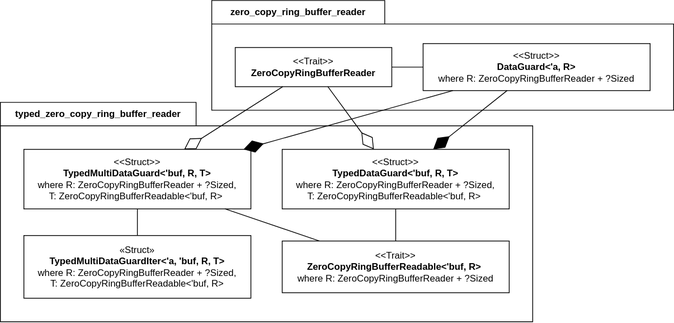
This is docs/assets/overview_diagram.svg from Tikitikitikidesuka/ibverbs-rs, a draw.io export, as it was before one commit. Source tidied: cells renumbered, new cells last; positions are measured from the earlier drawing's top-left corner, leaving out a move shared by most shapes. Its diagram source:
```xml
<mxGraphModel>
  <root>
    <mxCell id="0" />
    <mxCell id="1" parent="0" />
    <mxCell id="2" value="zero_copy_ring_buffer_reader" style="shape=folder;fontStyle=1;tabWidth=221;tabHeight=30;tabPosition=left;html=1;boundedLbl=1;labelInHeader=1;whiteSpace=wrap;" parent="1" vertex="1">
      <mxGeometry x="270" width="590" height="140" as="geometry" />
    </mxCell>
    <mxCell id="3" style="endArrow=none;html=1;rounded=0;" parent="2" edge="1" source="4" target="5">
      <mxGeometry relative="1" as="geometry" />
    </mxCell>
    <mxCell id="4" value="&amp;lt;&amp;lt;Trait&amp;gt;&amp;gt;&lt;br style=&quot;border-color: var(--border-color);&quot;&gt;&lt;b style=&quot;border-color: var(--border-color);&quot;&gt;ZeroCopyRingBufferReader&lt;/b&gt;" style="html=1;whiteSpace=wrap;" parent="2" vertex="1">
      <mxGeometry x="30" y="60" width="200" height="50" as="geometry" />
    </mxCell>
    <mxCell id="5" value="&amp;lt;&amp;lt;Struct&amp;gt;&amp;gt;&lt;br style=&quot;border-color: var(--border-color);&quot;&gt;&lt;b style=&quot;border-color: var(--border-color);&quot;&gt;DataGuard&amp;lt;'a, R&amp;gt;&lt;/b&gt;&lt;br style=&quot;border-color: var(--border-color);&quot;&gt;where R: ZeroCopyRingBufferReader + ?Sized" style="html=1;whiteSpace=wrap;" parent="2" vertex="1">
      <mxGeometry x="270" y="55" width="290" height="60" as="geometry" />
    </mxCell>
    <mxCell id="6" value="typed_zero_copy_ring_buffer_reader" style="shape=folder;fontStyle=1;tabWidth=250;tabHeight=30;tabPosition=left;html=1;boundedLbl=1;labelInHeader=1;whiteSpace=wrap;" parent="1" vertex="1">
      <mxGeometry y="130" width="680" height="280" as="geometry" />
    </mxCell>
    <mxCell id="7" style="endArrow=none;html=1;rounded=0;" parent="6" edge="1" source="12" target="11">
      <mxGeometry relative="1" as="geometry" />
    </mxCell>
    <mxCell id="8" value="&amp;lt;&amp;lt;Struct&amp;gt;&amp;gt;&lt;br style=&quot;border-color: var(--border-color);&quot;&gt;&lt;b style=&quot;border-color: var(--border-color);&quot;&gt;TypedMultiDataGuard&amp;lt;'buf, R, T&amp;gt;&lt;/b&gt;&lt;br style=&quot;border-color: var(--border-color);&quot;&gt;where R: ZeroCopyRingBufferReader + ?Sized,&lt;br style=&quot;border-color: var(--border-color);&quot;&gt;T: ZeroCopyRingBufferReadable&amp;lt;'buf, R&amp;gt;&amp;nbsp;" style="html=1;whiteSpace=wrap;" parent="6" vertex="1">
      <mxGeometry x="30" y="60" width="290" height="76" as="geometry" />
    </mxCell>
    <mxCell id="9" style="endArrow=none;html=1;rounded=0;" parent="6" edge="1" source="8" target="12">
      <mxGeometry relative="1" as="geometry" />
    </mxCell>
    <mxCell id="10" style="endArrow=none;html=1;rounded=0;" parent="6" edge="1" source="13" target="8">
      <mxGeometry relative="1" as="geometry" />
    </mxCell>
    <mxCell id="11" value="&amp;lt;&amp;lt;Struct&amp;gt;&amp;gt;&lt;br style=&quot;border-color: var(--border-color);&quot;&gt;&lt;b style=&quot;border-color: var(--border-color);&quot;&gt;TypedDataGuard&amp;lt;'buf, R, T&amp;gt;&lt;/b&gt;&lt;br style=&quot;border-color: var(--border-color);&quot;&gt;where R: ZeroCopyRingBufferReader + ?Sized,&lt;br style=&quot;border-color: var(--border-color);&quot;&gt;T: ZeroCopyRingBufferReadable&amp;lt;'buf, R&amp;gt;&amp;nbsp;" style="html=1;whiteSpace=wrap;" parent="6" vertex="1">
      <mxGeometry x="360" y="60" width="290" height="76" as="geometry" />
    </mxCell>
    <mxCell id="12" value="&amp;lt;&amp;lt;Trait&amp;gt;&amp;gt;&lt;br style=&quot;border-color: var(--border-color);&quot;&gt;&lt;b style=&quot;border-color: var(--border-color);&quot;&gt;ZeroCopyRingBufferReadable&amp;lt;'buf, R&amp;gt;&amp;nbsp;&lt;br style=&quot;border-color: var(--border-color);&quot;&gt;&lt;/b&gt;where R: ZeroCopyRingBufferReader + ?Sized" style="html=1;whiteSpace=wrap;" parent="6" vertex="1">
      <mxGeometry x="360" y="177" width="290" height="66" as="geometry" />
    </mxCell>
    <mxCell id="13" value="«Struct»&lt;br style=&quot;border-color: var(--border-color);&quot;&gt;&lt;b style=&quot;border-color: var(--border-color);&quot;&gt;TypedMultiDataGuardIter&amp;lt;'a, 'buf, R, T&amp;gt;&lt;br style=&quot;border-color: var(--border-color);&quot;&gt;&lt;/b&gt;where R: ZeroCopyRingBufferReader + ?Sized,&lt;br style=&quot;border-color: var(--border-color);&quot;&gt;T: ZeroCopyRingBufferReadable&amp;lt;'buf, R&amp;gt;" style="html=1;whiteSpace=wrap;" parent="6" vertex="1">
      <mxGeometry x="30" y="170" width="290" height="80" as="geometry" />
    </mxCell>
    <mxCell id="14" style="endArrow=diamondThin;endFill=1;endSize=24;html=1;rounded=0;" parent="1" edge="1" source="5" target="11">
      <mxGeometry relative="1" as="geometry" />
    </mxCell>
    <mxCell id="15" style="endArrow=diamondThin;endFill=1;endSize=24;html=1;rounded=0;" parent="1" edge="1" source="5" target="8">
      <mxGeometry relative="1" as="geometry" />
    </mxCell>
    <mxCell id="16" style="endArrow=diamondThin;endFill=0;endSize=24;html=1;rounded=0;" parent="1" edge="1" source="4" target="8">
      <mxGeometry relative="1" as="geometry" />
    </mxCell>
    <mxCell id="17" style="endArrow=diamondThin;endFill=0;endSize=24;html=1;rounded=0;" parent="1" edge="1" source="4" target="11">
      <mxGeometry relative="1" as="geometry" />
    </mxCell>
  </root>
</mxGraphModel>
```
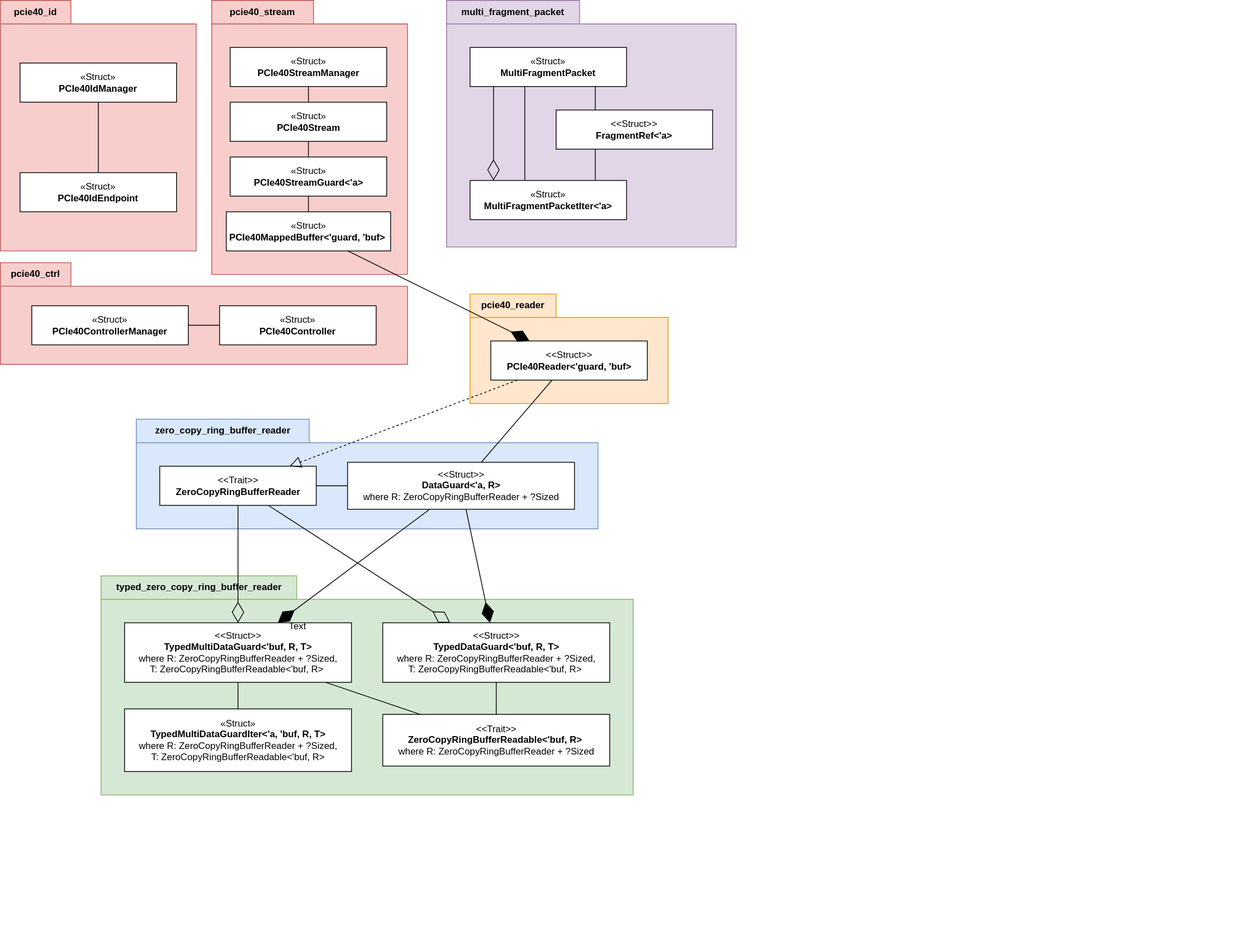
The same diagram one commit later.

Diff of the diagram source:
```diff
@@ -2,8 +2,8 @@
   <root>
     <mxCell id="0" />
     <mxCell id="1" parent="0" />
-    <mxCell id="2" value="zero_copy_ring_buffer_reader" style="shape=folder;fontStyle=1;tabWidth=221;tabHeight=30;tabPosition=left;html=1;boundedLbl=1;labelInHeader=1;whiteSpace=wrap;" parent="1" vertex="1">
-      <mxGeometry x="270" width="590" height="140" as="geometry" />
+    <mxCell id="2" value="zero_copy_ring_buffer_reader" style="shape=folder;fontStyle=1;tabWidth=221;tabHeight=30;tabPosition=left;html=1;boundedLbl=1;labelInHeader=1;whiteSpace=wrap;fillColor=#dae8fc;strokeColor=#6c8ebf;" parent="1" vertex="1">
+      <mxGeometry x="-226.5" y="-110" width="590" height="140" as="geometry" />
     </mxCell>
     <mxCell id="3" style="endArrow=none;html=1;rounded=0;" parent="2" edge="1" source="4" target="5">
       <mxGeometry relative="1" as="geometry" />
@@ -14,8 +14,8 @@
     <mxCell id="5" value="&amp;lt;&amp;lt;Struct&amp;gt;&amp;gt;&lt;br style=&quot;border-color: var(--border-color);&quot;&gt;&lt;b style=&quot;border-color: var(--border-color);&quot;&gt;DataGuard&amp;lt;'a, R&amp;gt;&lt;/b&gt;&lt;br style=&quot;border-color: var(--border-color);&quot;&gt;where R: ZeroCopyRingBufferReader + ?Sized" style="html=1;whiteSpace=wrap;" parent="2" vertex="1">
       <mxGeometry x="270" y="55" width="290" height="60" as="geometry" />
     </mxCell>
-    <mxCell id="6" value="typed_zero_copy_ring_buffer_reader" style="shape=folder;fontStyle=1;tabWidth=250;tabHeight=30;tabPosition=left;html=1;boundedLbl=1;labelInHeader=1;whiteSpace=wrap;" parent="1" vertex="1">
-      <mxGeometry y="130" width="680" height="280" as="geometry" />
+    <mxCell id="6" value="typed_zero_copy_ring_buffer_reader" style="shape=folder;fontStyle=1;tabWidth=250;tabHeight=30;tabPosition=left;html=1;boundedLbl=1;labelInHeader=1;whiteSpace=wrap;fillColor=#d5e8d4;strokeColor=#82b366;" parent="1" vertex="1">
+      <mxGeometry x="-271.5" y="90" width="680" height="280" as="geometry" />
     </mxCell>
     <mxCell id="7" style="endArrow=none;html=1;rounded=0;" parent="6" edge="1" source="12" target="11">
       <mxGeometry relative="1" as="geometry" />
@@ -50,5 +50,126 @@
     <mxCell id="17" style="endArrow=diamondThin;endFill=0;endSize=24;html=1;rounded=0;" parent="1" edge="1" source="4" target="11">
       <mxGeometry relative="1" as="geometry" />
     </mxCell>
+    <mxCell id="18" value="pcie40_stream" style="shape=folder;fontStyle=1;tabWidth=130;tabHeight=30;tabPosition=left;html=1;boundedLbl=1;labelInHeader=1;whiteSpace=wrap;fillColor=#f8cecc;strokeColor=#b85450;" parent="1" vertex="1">
+      <mxGeometry x="-130" y="-645" width="250" height="350" as="geometry" />
+    </mxCell>
+    <mxCell id="19" value="«Struct»&lt;br style=&quot;border-color: rgb(218, 218, 218);&quot;&gt;&lt;b style=&quot;border-color: rgb(218, 218, 218);&quot;&gt;PCIe40StreamManager&lt;/b&gt;" style="html=1;whiteSpace=wrap;" parent="18" vertex="1">
+      <mxGeometry x="23.5" y="60" width="200" height="50" as="geometry" />
+    </mxCell>
+    <mxCell id="20" value="«Struct»&lt;br style=&quot;border-color: rgb(218, 218, 218);&quot;&gt;&lt;b style=&quot;border-color: rgb(218, 218, 218);&quot;&gt;PCIe40Stream&lt;/b&gt;" style="html=1;whiteSpace=wrap;" parent="18" vertex="1">
+      <mxGeometry x="23.5" y="130" width="200" height="50" as="geometry" />
+    </mxCell>
+    <mxCell id="21" value="«Struct»&lt;br style=&quot;border-color: rgb(218, 218, 218);&quot;&gt;&lt;b&gt;PCIe40StreamGuard&amp;lt;'a&amp;gt;&lt;/b&gt;" style="html=1;whiteSpace=wrap;" parent="18" vertex="1">
+      <mxGeometry x="23.5" y="200" width="200" height="50" as="geometry" />
+    </mxCell>
+    <mxCell id="22" value="«Struct»&lt;br style=&quot;border-color: rgb(218, 218, 218);&quot;&gt;&lt;b&gt;PCIe40MappedBuffer&amp;lt;'guard, 'buf&amp;gt;&amp;nbsp;&lt;/b&gt;" style="html=1;whiteSpace=wrap;" parent="18" vertex="1">
+      <mxGeometry x="18.5" y="270" width="210" height="50" as="geometry" />
+    </mxCell>
+    <mxCell id="23" style="endArrow=none;html=1;rounded=0;" parent="18" edge="1" source="20" target="19">
+      <mxGeometry relative="1" as="geometry" />
+    </mxCell>
+    <mxCell id="24" style="endArrow=none;html=1;rounded=0;" parent="18" edge="1" source="21" target="20">
+      <mxGeometry relative="1" as="geometry" />
+    </mxCell>
+    <mxCell id="25" style="endArrow=none;html=1;rounded=0;" parent="18" edge="1" source="22" target="21">
+      <mxGeometry relative="1" as="geometry" />
+    </mxCell>
+    <mxCell id="26" value="pcie40_reader" style="shape=folder;fontStyle=1;tabWidth=110;tabHeight=30;tabPosition=left;html=1;boundedLbl=1;labelInHeader=1;whiteSpace=wrap;fillColor=#ffe6cc;strokeColor=#d79b00;" parent="1" vertex="1">
+      <mxGeometry x="200" y="-270" width="253" height="140" as="geometry" />
+    </mxCell>
+    <mxCell id="27" value="&amp;lt;&amp;lt;Struct&amp;gt;&amp;gt;&lt;br style=&quot;border-color: rgb(218, 218, 218);&quot;&gt;&lt;b style=&quot;border-color: rgb(218, 218, 218);&quot;&gt;PCIe40Reader&amp;lt;'guard, 'buf&amp;gt;&lt;/b&gt;" style="html=1;whiteSpace=wrap;" parent="26" vertex="1">
+      <mxGeometry x="26.5" y="60" width="200" height="50" as="geometry" />
+    </mxCell>
+    <mxCell id="28" style="ellipse;whiteSpace=wrap;html=1;align=center;fillColor=none;strokeColor=none;perimeter=centerPerimeter;" parent="1" vertex="1">
+      <mxGeometry x="1172" y="560" width="10" height="10" as="geometry" />
+    </mxCell>
+    <mxCell id="29" style="ellipse;whiteSpace=wrap;html=1;align=center;fillColor=none;strokeColor=none;perimeter=centerPerimeter;" parent="1" vertex="1">
+      <mxGeometry x="1172" y="560" width="10" height="10" as="geometry" />
+    </mxCell>
+    <mxCell id="30" style="endArrow=block;dashed=1;endFill=0;endSize=12;html=1;rounded=0;" parent="1" edge="1" source="27" target="4">
+      <mxGeometry relative="1" as="geometry" />
+    </mxCell>
+    <mxCell id="31" style="endArrow=none;html=1;rounded=0;" parent="1" edge="1" source="27" target="5">
+      <mxGeometry relative="1" as="geometry" />
+    </mxCell>
+    <mxCell id="32" style="endArrow=diamondThin;endFill=1;endSize=24;html=1;rounded=0;" parent="1" edge="1" source="22" target="27">
+      <mxGeometry relative="1" as="geometry" />
+    </mxCell>
+    <mxCell id="33" value="pcie40_id" style="shape=folder;fontStyle=1;tabWidth=90;tabHeight=30;tabPosition=left;html=1;boundedLbl=1;labelInHeader=1;whiteSpace=wrap;fillColor=#f8cecc;strokeColor=#b85450;" parent="1" vertex="1">
+      <mxGeometry x="-400" y="-645" width="250" height="320" as="geometry" />
+    </mxCell>
+    <mxCell id="34" style="endArrow=none;html=1;rounded=0;" parent="33" edge="1" source="36" target="35">
+      <mxGeometry relative="1" as="geometry" />
+    </mxCell>
+    <mxCell id="35" value="«Struct»&lt;br style=&quot;border-color: var(--border-color);&quot;&gt;&lt;b style=&quot;border-color: var(--border-color);&quot;&gt;PCIe40IdManager&lt;/b&gt;" style="html=1;whiteSpace=wrap;" parent="33" vertex="1">
+      <mxGeometry x="25" y="80" width="200" height="50" as="geometry" />
+    </mxCell>
+    <mxCell id="36" value="«Struct»&lt;br style=&quot;border-color: var(--border-color);&quot;&gt;&lt;b style=&quot;border-color: var(--border-color);&quot;&gt;PCIe40IdEndpoint&lt;/b&gt;" style="html=1;whiteSpace=wrap;" parent="33" vertex="1">
+      <mxGeometry x="25" y="220" width="200" height="50" as="geometry" />
+    </mxCell>
+    <mxCell id="37" value="pcie40_ctrl" style="shape=folder;fontStyle=1;tabWidth=90;tabHeight=30;tabPosition=left;html=1;boundedLbl=1;labelInHeader=1;whiteSpace=wrap;fillColor=#f8cecc;strokeColor=#b85450;" parent="1" vertex="1">
+      <mxGeometry x="-400" y="-310" width="520" height="130" as="geometry" />
+    </mxCell>
+    <mxCell id="38" style="endArrow=none;html=1;rounded=0;" parent="37" edge="1" target="x">
+      <mxGeometry relative="1" as="geometry">
+        <mxPoint x="295" y="260" as="sourcePoint" />
+      </mxGeometry>
+    </mxCell>
+    <mxCell id="39" value="«Struct»&lt;br style=&quot;border-color: var(--border-color);&quot;&gt;&lt;b style=&quot;border-color: var(--border-color);&quot;&gt;PCIe40Controller&lt;/b&gt;" style="html=1;whiteSpace=wrap;" parent="37" vertex="1">
+      <mxGeometry x="280" y="55" width="200" height="50" as="geometry" />
+    </mxCell>
+    <mxCell id="40" value="«Struct»&lt;br style=&quot;border-color: var(--border-color);&quot;&gt;&lt;b style=&quot;border-color: var(--border-color);&quot;&gt;PCIe40ControllerManager&lt;/b&gt;" style="html=1;whiteSpace=wrap;" parent="37" vertex="1">
+      <mxGeometry x="40" y="55" width="200" height="50" as="geometry" />
+    </mxCell>
+    <mxCell id="41" style="endArrow=none;html=1;rounded=0;" parent="37" edge="1" source="40" target="39">
+      <mxGeometry relative="1" as="geometry" />
+    </mxCell>
+    <mxCell id="42" value="multi_fragment_packet" style="shape=folder;fontStyle=1;tabWidth=170;tabHeight=30;tabPosition=left;html=1;boundedLbl=1;labelInHeader=1;whiteSpace=wrap;fillColor=#e1d5e7;strokeColor=#9673a6;" parent="1" vertex="1">
+      <mxGeometry x="170" y="-645" width="370" height="315" as="geometry" />
+    </mxCell>
+    <mxCell id="43" value="&amp;lt;&amp;lt;Struct&amp;gt;&amp;gt;&lt;br style=&quot;border-color: var(--border-color);&quot;&gt;&lt;b style=&quot;border-color: var(--border-color);&quot;&gt;FragmentRef&amp;lt;'a&amp;gt;&lt;/b&gt;" style="html=1;whiteSpace=wrap;" parent="42" vertex="1">
+      <mxGeometry x="140" y="140" width="200" height="50" as="geometry" />
+    </mxCell>
+    <mxCell id="44" value="«Struct»&lt;br style=&quot;border-color: var(--border-color);&quot;&gt;&lt;b style=&quot;border-color: var(--border-color);&quot;&gt;MultiFragmentPacket&lt;/b&gt;" style="html=1;whiteSpace=wrap;" parent="42" vertex="1">
+      <mxGeometry x="30" y="60" width="200" height="50" as="geometry" />
+    </mxCell>
+    <mxCell id="45" value="«Struct»&lt;br style=&quot;border-color: var(--border-color);&quot;&gt;&lt;b style=&quot;border-color: var(--border-color);&quot;&gt;MultiFragmentPacketIter&amp;lt;'a&amp;gt;&lt;/b&gt;" style="html=1;whiteSpace=wrap;" parent="42" vertex="1">
+      <mxGeometry x="30" y="230" width="200" height="50" as="geometry" />
+    </mxCell>
+    <mxCell id="46" style="endArrow=none;html=1;rounded=0;" parent="42" edge="1" source="44" target="43">
+      <mxGeometry relative="1" as="geometry">
+        <Array as="points">
+          <mxPoint x="190" y="110" />
+          <mxPoint x="190" y="140" />
+        </Array>
+      </mxGeometry>
+    </mxCell>
+    <mxCell id="47" style="endArrow=none;html=1;rounded=0;" parent="42" edge="1" source="44" target="45">
+      <mxGeometry relative="1" as="geometry">
+        <Array as="points">
+          <mxPoint x="100" y="110" />
+          <mxPoint x="100" y="230" />
+        </Array>
+      </mxGeometry>
+    </mxCell>
+    <mxCell id="48" style="endArrow=diamondThin;endFill=0;endSize=24;html=1;rounded=0;" parent="42" edge="1" source="44" target="45">
+      <mxGeometry relative="1" as="geometry">
+        <Array as="points">
+          <mxPoint x="60" y="110" />
+          <mxPoint x="60" y="230" />
+        </Array>
+      </mxGeometry>
+    </mxCell>
+    <mxCell id="49" style="endArrow=none;html=1;rounded=0;" parent="42" edge="1" source="45" target="43">
+      <mxGeometry relative="1" as="geometry">
+        <Array as="points">
+          <mxPoint x="190" y="230" />
+          <mxPoint x="190" y="190" />
+        </Array>
+      </mxGeometry>
+    </mxCell>
+    <mxCell id="50" value="Text" style="text;strokeColor=none;align=center;fillColor=none;html=1;verticalAlign=middle;whiteSpace=wrap;rounded=0;" parent="1" vertex="1">
+      <mxGeometry x="-50" y="140" width="60" height="30" as="geometry" />
+    </mxCell>
   </root>
 </mxGraphModel>
```
